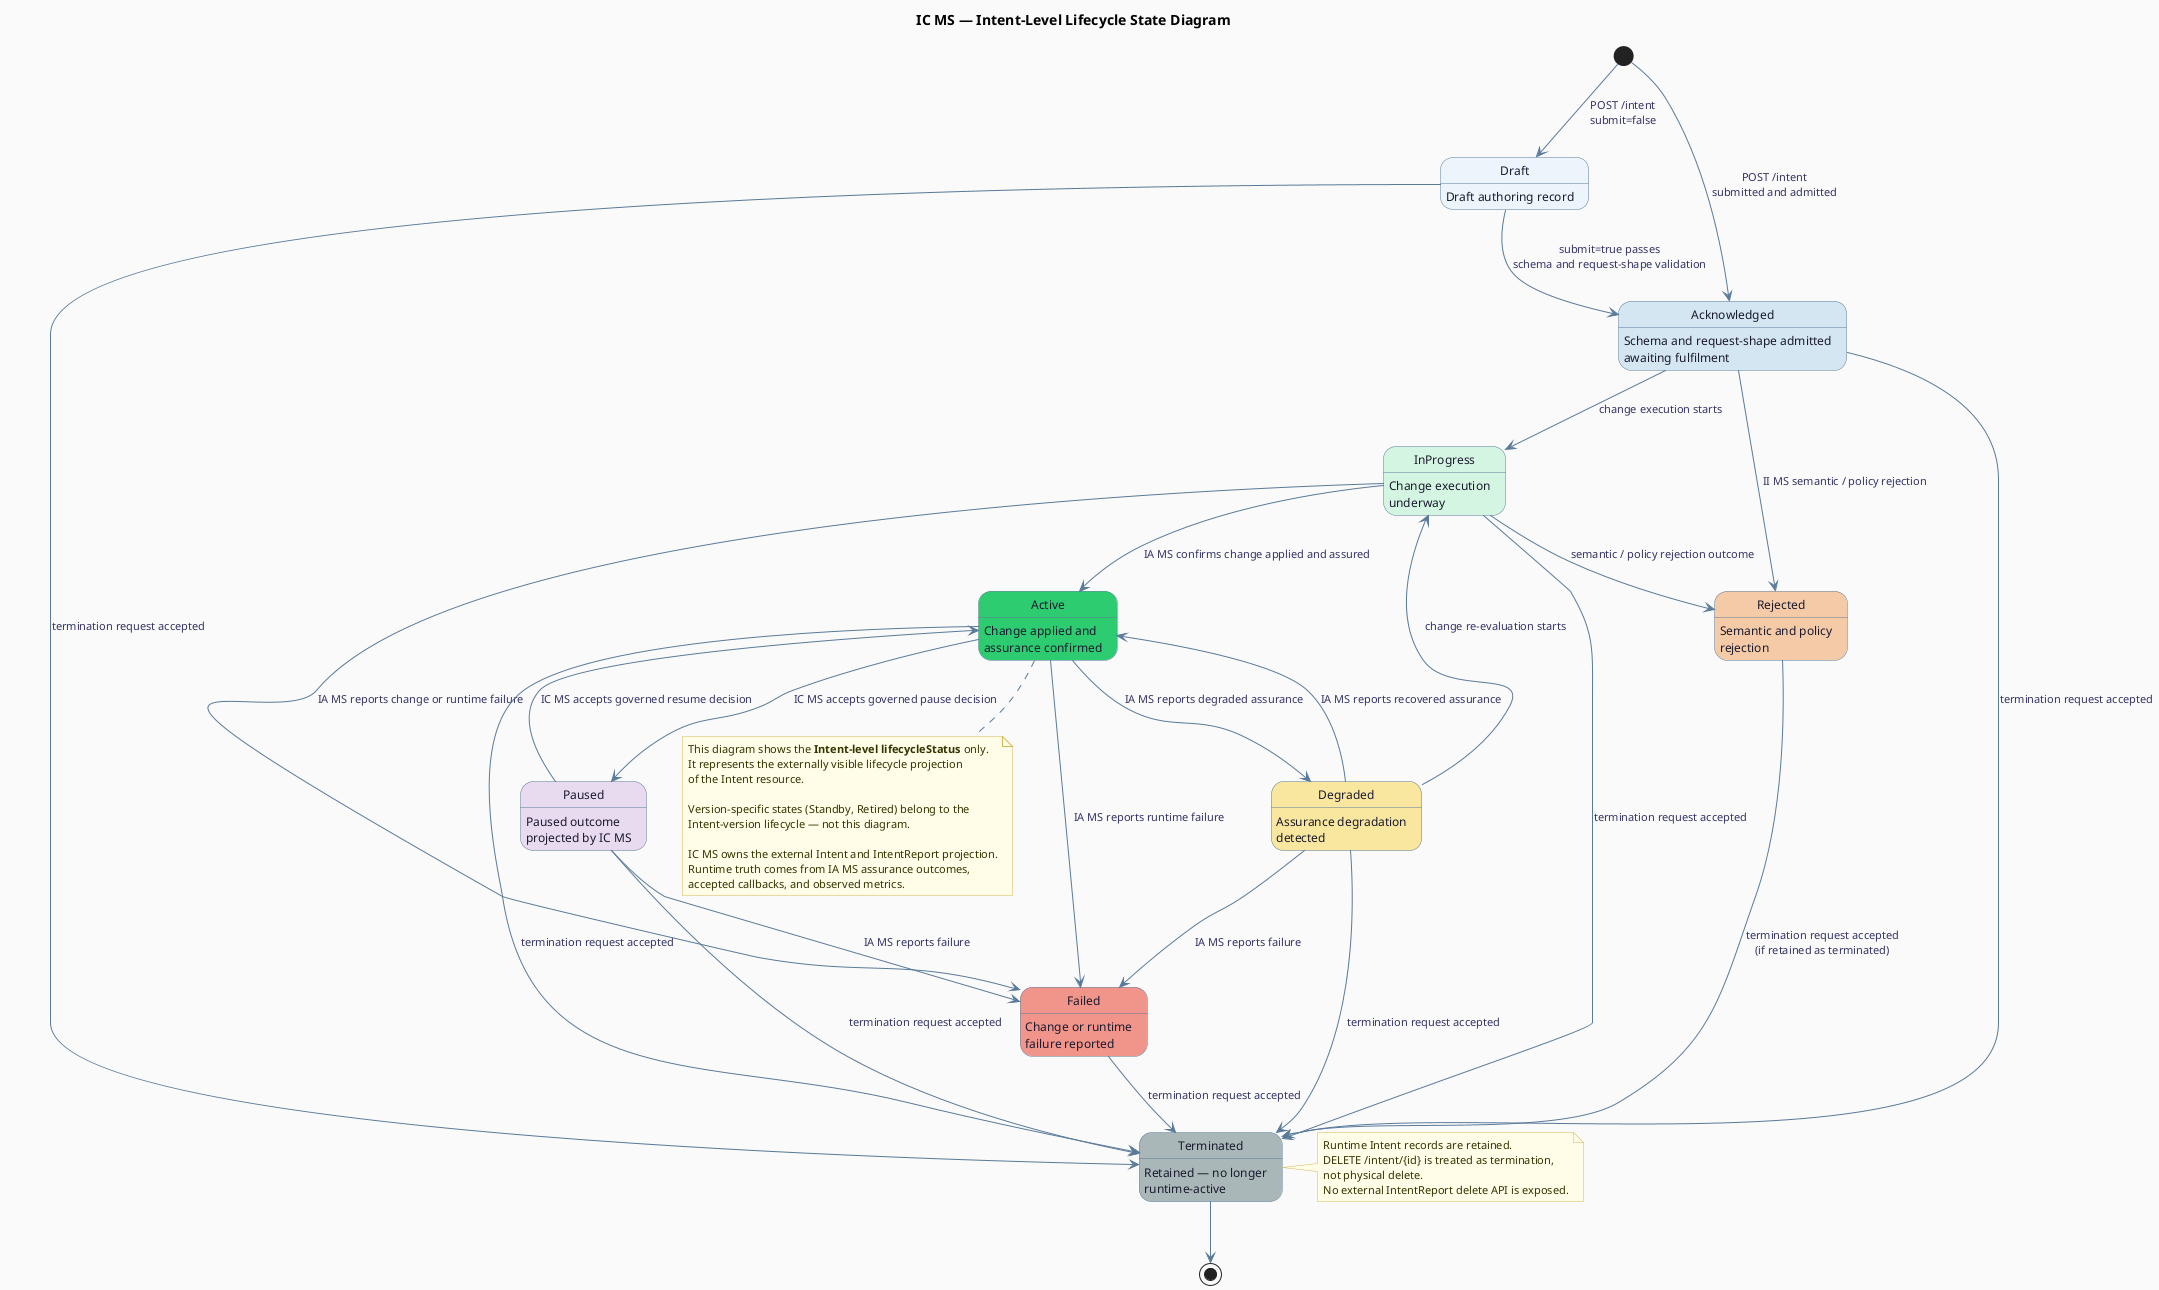
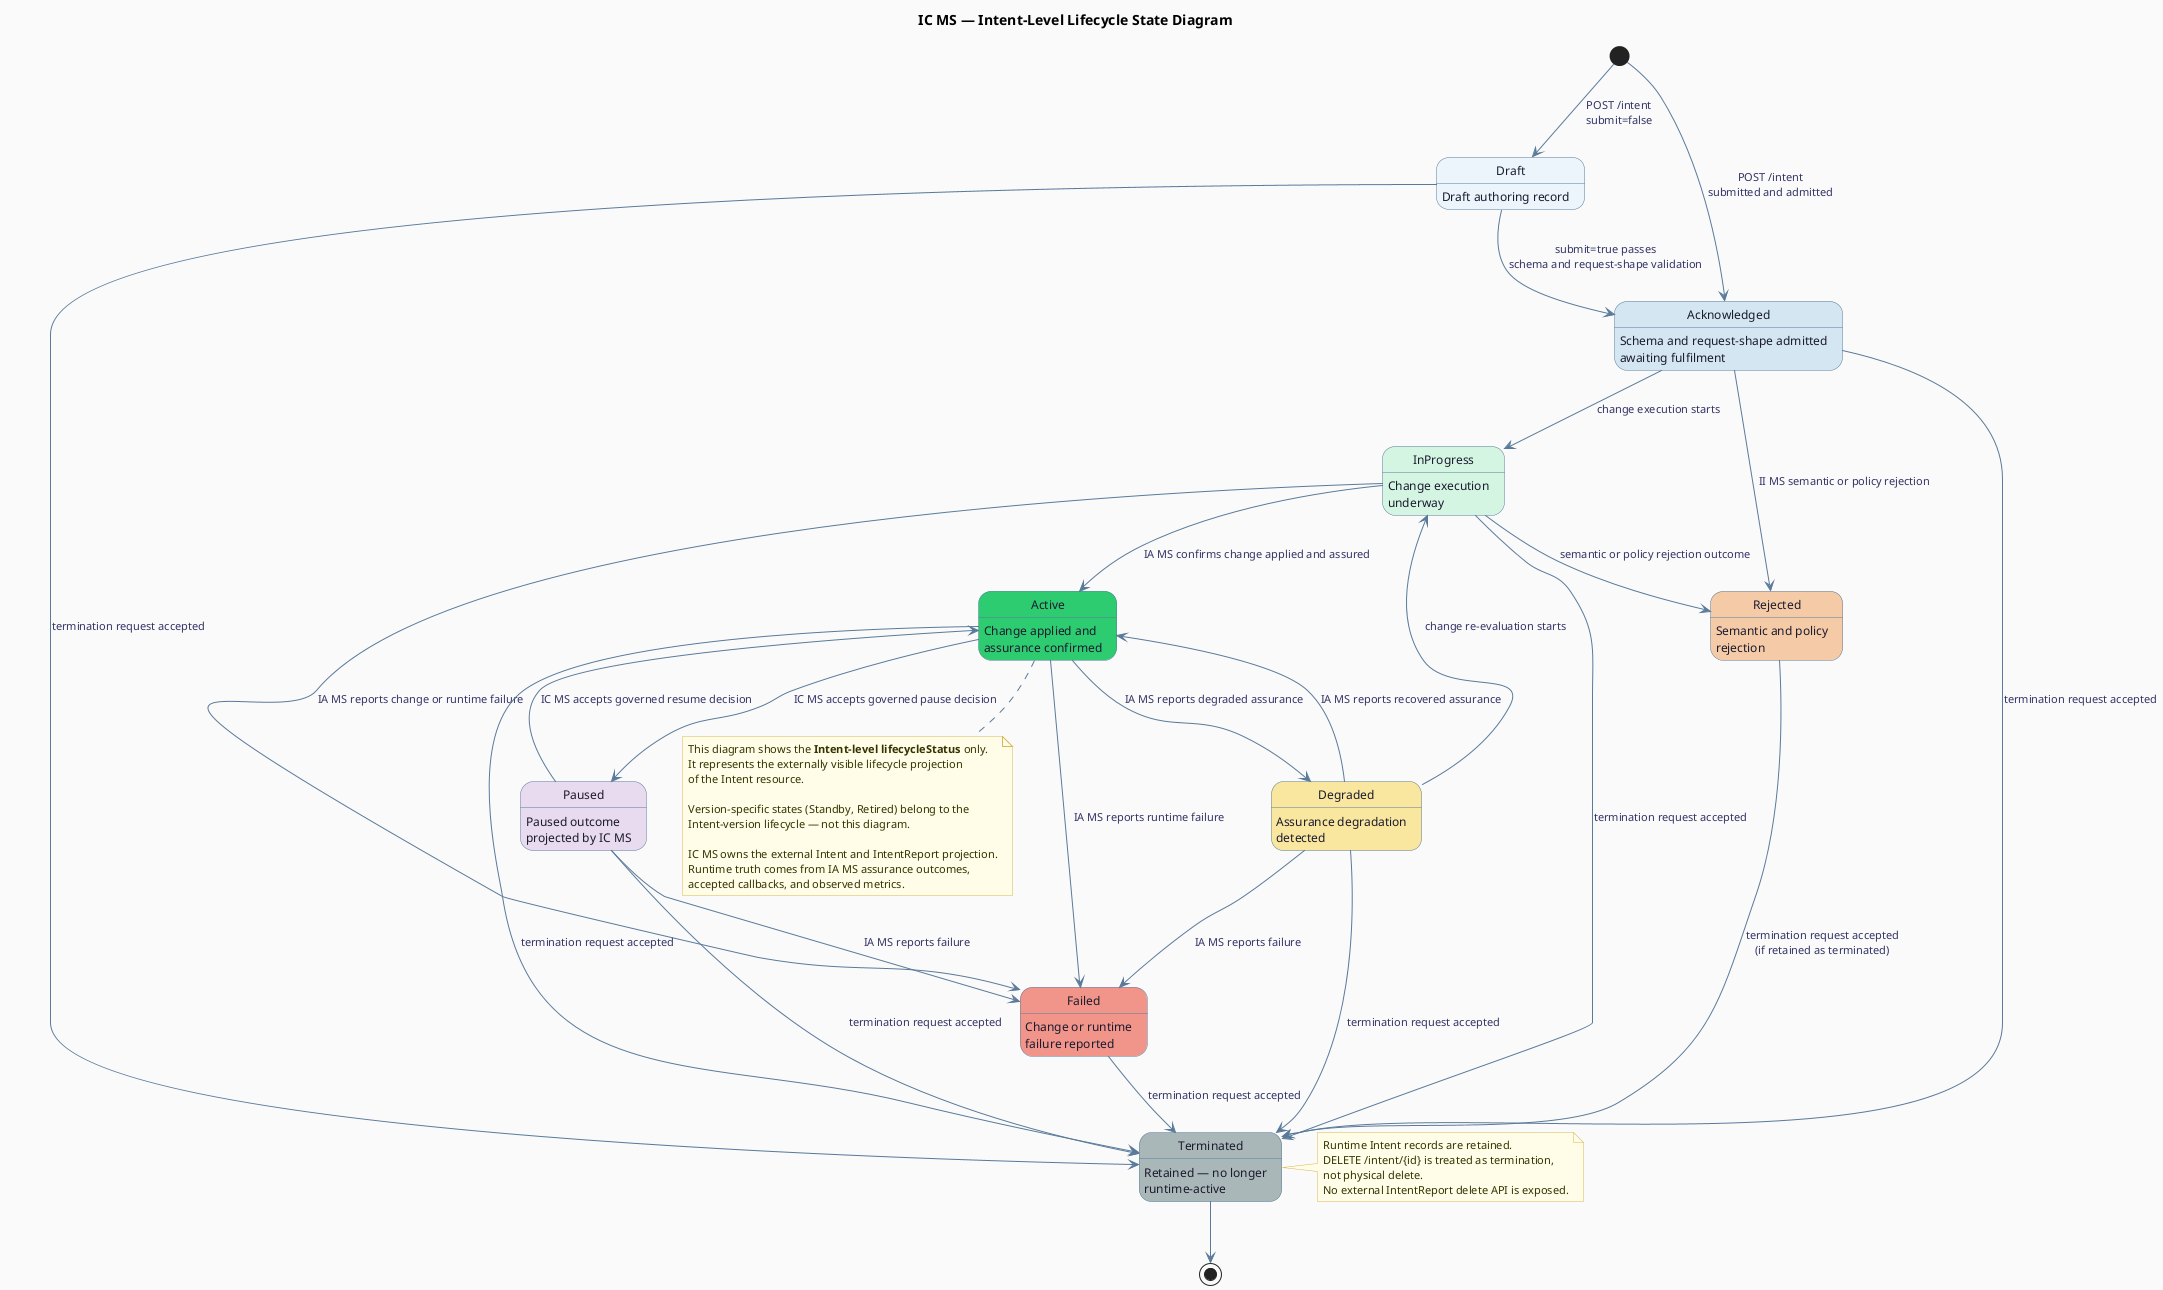
@startuml
' IC MS — Intent-Level Lifecycle State Diagram

hide empty description
skinparam shadowing false
skinparam backgroundColor #FAFAFA

skinparam state {
  BackgroundColor #FFFFFF
  BorderColor #5a7a9a
  FontSize 12
  FontColor #1a1a2e
  ArrowColor #5a7a9a
  ArrowFontSize 11
  ArrowFontColor #333366
}

skinparam note {
  BackgroundColor #fffde7
  BorderColor #d6b656
  FontSize 11
  FontColor #333300
}

title <b>IC MS — Intent-Level Lifecycle State Diagram</b>

' ── States ────────────────────────────────────────────────────────────────
state Draft        #ebf5fb : Draft authoring record
state Acknowledged #d4e6f1 : Schema and request-shape admitted\nawaiting fulfilment
state InProgress   #d5f5e3 : Change execution\nunderway
state Active       #2ecc71 : Change applied and\nassurance confirmed
state Degraded     #f9e79f : Assurance degradation\ndetected
state Paused       #e8daef : Paused outcome\nprojected by IC MS
state Failed       #f1948a : Change or runtime\nfailure reported
state Rejected     #f5cba7 : Semantic and policy\nrejection
state Terminated   #aab7b8 : Retained — no longer\nruntime-active

' ── Entry ─────────────────────────────────────────────────────────────────
[*] --> Draft : POST /intent\nsubmit=false
[*] --> Acknowledged : POST /intent\nsubmitted and admitted
Draft --> Acknowledged : submit=true passes\nschema and request-shape validation
Draft --> Terminated : termination request accepted

' ── Acknowledged ──────────────────────────────────────────────────────────
Acknowledged --> InProgress : change execution starts
- Acknowledged --> Rejected   : II MS semantic / policy rejection
+ Acknowledged --> Rejected   : II MS semantic or policy rejection
Acknowledged --> Terminated : termination request accepted

' ── InProgress ────────────────────────────────────────────────────────────
InProgress --> Active     : IA MS confirms change applied and assured
InProgress --> Failed     : IA MS reports change or runtime failure
- InProgress --> Rejected   : semantic / policy rejection outcome
+ InProgress --> Rejected   : semantic or policy rejection outcome
InProgress --> Terminated : termination request accepted

' ── Active ────────────────────────────────────────────────────────────────
Active --> Degraded   : IA MS reports degraded assurance
Active --> Paused     : IC MS accepts governed pause decision
Active --> Failed     : IA MS reports runtime failure
Active --> Terminated : termination request accepted

' ── Degraded ──────────────────────────────────────────────────────────────
Degraded --> Active     : IA MS reports recovered assurance
Degraded --> InProgress : change re-evaluation starts
Degraded --> Failed     : IA MS reports failure
Degraded --> Terminated : termination request accepted

' ── Paused ────────────────────────────────────────────────────────────────
Paused --> Active     : IC MS accepts governed resume decision
Paused --> Failed     : IA MS reports failure
Paused --> Terminated : termination request accepted

' ── Terminal ──────────────────────────────────────────────────────────────
Failed    --> Terminated : termination request accepted
Rejected  --> Terminated : termination request accepted\n(if retained as terminated)

Terminated --> [*]

' ── Notes ─────────────────────────────────────────────────────────────────
note right of Terminated
  Runtime Intent records are retained.
  DELETE /intent/{id} is treated as termination,
  not physical delete.
  No external IntentReport delete API is exposed.
end note

note bottom of Active
  This diagram shows the <b>Intent-level lifecycleStatus</b> only.
  It represents the externally visible lifecycle projection
  of the Intent resource.

  Version-specific states (Standby, Retired) belong to the
  Intent-version lifecycle — not this diagram.

  IC MS owns the external Intent and IntentReport projection.
  Runtime truth comes from IA MS assurance outcomes,
  accepted callbacks, and observed metrics.
end note

@enduml